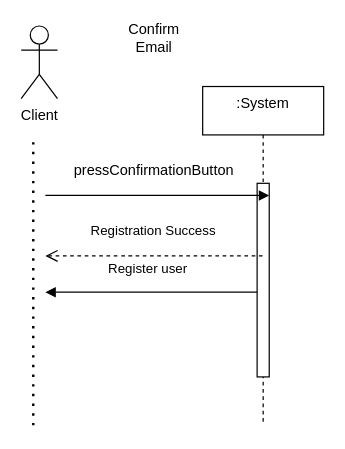
This is page "Page-2" (2 of 2) of Document/Diagram/Register.drawio from Fei-D20/The_Autocamper_rental_business, a draw.io file, before an edit. Source tidied: cells renumbered, new cells numbered last; positions are measured from the earlier drawing's top-left corner, leaving out a move shared by most shapes. Both pictures are drawn from the tidied source at 121%, with x=0, y=0 at pixel (21, 25).
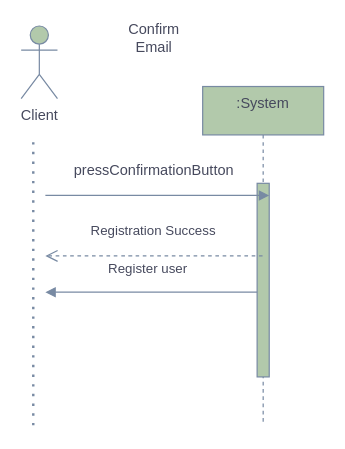
The same diagram, later.

Diff of the diagram source:
```diff
@@
 <mxGraphModel>
   <root>
     <mxCell id="0" />
     <mxCell id="1" parent="0" />
-    <mxCell id="2" value=":System&#10;" style="shape=umlLifeline;perimeter=lifelinePerimeter;rounded=0;shadow=0;strokeWidth=1;" parent="1" vertex="1">
+    <mxCell id="2" value=":System&#10;" style="shape=umlLifeline;perimeter=lifelinePerimeter;rounded=0;shadow=0;strokeWidth=1;fillColor=#B2C9AB;strokeColor=#788AA3;fontColor=#46495D;" parent="1" vertex="1">
       <mxGeometry x="150" y="50" width="100" height="280" as="geometry" />
     </mxCell>
-    <mxCell id="3" style="points=[];perimeter=orthogonalPerimeter;rounded=0;shadow=0;strokeWidth=1;" parent="2" vertex="1">
+    <mxCell id="3" style="points=[];perimeter=orthogonalPerimeter;rounded=0;shadow=0;strokeWidth=1;fillColor=#B2C9AB;strokeColor=#788AA3;fontColor=#46495D;" parent="2" vertex="1">
       <mxGeometry x="45" y="80" width="10" height="160" as="geometry" />
     </mxCell>
-    <mxCell id="4" value="Registration Success" style="verticalAlign=bottom;endArrow=open;dashed=1;endSize=8;shadow=0;strokeWidth=1;" parent="1" edge="1" source="2">
+    <mxCell id="4" value="Registration Success" style="verticalAlign=bottom;endArrow=open;dashed=1;endSize=8;shadow=0;strokeWidth=1;strokeColor=#788AA3;fontColor=#46495D;" parent="1" edge="1" source="2">
       <mxGeometry y="-12" relative="1" as="geometry">
         <mxPoint x="20" y="190" as="targetPoint" />
         <Array as="points">
           <mxPoint x="170" y="190" />
           <mxPoint x="110" y="190" />
           <mxPoint x="90" y="190" />
         </Array>
       </mxGeometry>
     </mxCell>
-    <mxCell id="5" value="Register user" style="verticalAlign=bottom;endArrow=block;shadow=0;strokeWidth=1;" parent="1" edge="1" source="3">
+    <mxCell id="5" value="Register user" style="verticalAlign=bottom;endArrow=block;shadow=0;strokeWidth=1;strokeColor=#788AA3;fontColor=#46495D;" parent="1" edge="1" source="3">
       <mxGeometry x="0.03" y="-10" relative="1" as="geometry">
         <mxPoint x="20" y="220" as="targetPoint" />
         <Array as="points">
           <mxPoint x="110" y="220" />
         </Array>
       </mxGeometry>
     </mxCell>
-    <mxCell id="6" value="Client&lt;br&gt;" style="shape=umlActor;verticalLabelPosition=bottom;verticalAlign=top;html=1;" parent="1" vertex="1">
+    <mxCell id="6" value="Client&lt;br&gt;" style="shape=umlActor;verticalLabelPosition=bottom;verticalAlign=top;html=1;fillColor=#B2C9AB;strokeColor=#788AA3;fontColor=#46495D;" parent="1" vertex="1">
       <mxGeometry width="30" height="60" as="geometry" />
     </mxCell>
-    <mxCell id="7" style="endArrow=none;dashed=1;html=1;dashPattern=1 3;strokeWidth=2;" parent="1" edge="1">
+    <mxCell id="7" style="endArrow=none;dashed=1;html=1;dashPattern=1 3;strokeWidth=2;strokeColor=#788AA3;fontColor=#46495D;" parent="1" edge="1">
       <mxGeometry relative="1" as="geometry">
         <mxPoint x="10" y="330" as="sourcePoint" />
         <mxPoint x="10" y="90" as="targetPoint" />
       </mxGeometry>
     </mxCell>
-    <mxCell id="8" value="Confirm Email" style="text;html=1;strokeColor=none;fillColor=none;align=center;verticalAlign=middle;whiteSpace=wrap;rounded=0;" parent="1" vertex="1">
+    <mxCell id="8" value="Confirm Email" style="text;html=1;strokeColor=none;fillColor=none;align=center;verticalAlign=middle;whiteSpace=wrap;rounded=0;fontColor=#46495D;" parent="1" vertex="1">
       <mxGeometry x="90" width="40" height="20" as="geometry" />
     </mxCell>
-    <mxCell id="9" style="verticalAlign=bottom;endArrow=block;entryX=0;entryY=0;shadow=0;strokeWidth=1;" parent="1" edge="1">
+    <mxCell id="9" style="verticalAlign=bottom;endArrow=block;entryX=0;entryY=0;shadow=0;strokeWidth=1;strokeColor=#788AA3;fontColor=#46495D;" parent="1" edge="1">
       <mxGeometry y="10" relative="1" as="geometry">
         <mxPoint x="20" y="140" as="sourcePoint" />
         <mxPoint x="205" y="140" as="targetPoint" />
       </mxGeometry>
     </mxCell>
-    <mxCell id="10" value="pressConfirmationButton" style="text;html=1;strokeColor=none;fillColor=none;align=center;verticalAlign=middle;whiteSpace=wrap;rounded=0;" parent="1" vertex="1">
+    <mxCell id="10" value="pressConfirmationButton" style="text;html=1;strokeColor=none;fillColor=none;align=center;verticalAlign=middle;whiteSpace=wrap;rounded=0;fontColor=#46495D;" parent="1" vertex="1">
       <mxGeometry x="90" y="110" width="40" height="20" as="geometry" />
     </mxCell>
   </root>
 </mxGraphModel>
```
